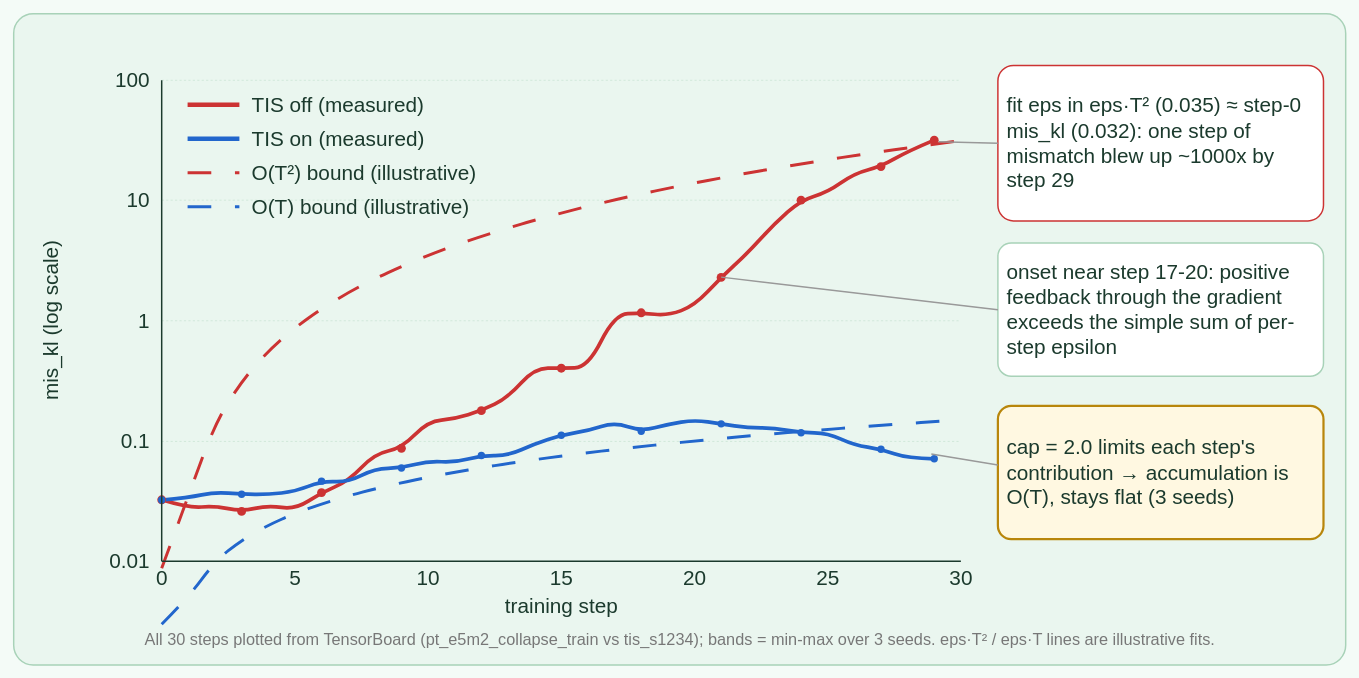
Before: page "tis-measured-t2" (2 of 2) of 2026-07-19-miles-training-inference-mismatch/talk/slides/tis_slides.drawio in littlemex/distributed-ai, a draw.io diagram. Source tidied: cells renumbered, new cells numbered last; positions are measured from the earlier drawing's top-left corner, leaving out a move shared by most shapes. Both pictures are drawn from the tidied source at 74%, with x=0, y=0 at pixel (-61, 13).
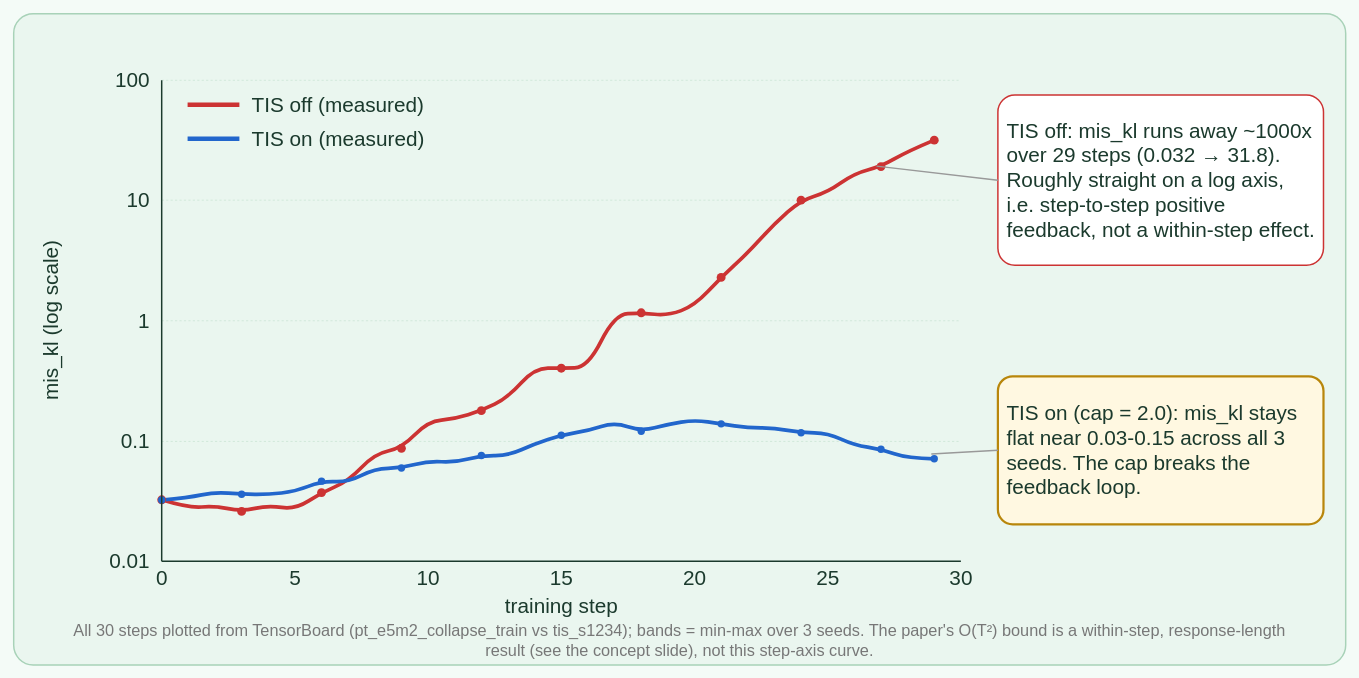
Above is the later version.

Commit message (it also covers changes not shown here):
talk(mismatch): use measured cycle-time on slide5; fix slide14 T^2 misattribution

The edit, as a diff of the source:
```diff
@@
-    <mxCell id="9" style="endArrow=none;strokeColor=#CC3333;strokeWidth=4;dashed=1;dashPattern=8 8;curved=1;rounded=0;" parent="1" edge="1">
-      <mxGeometry relative="1" as="geometry">
-        <mxPoint x="300" y="749.4" as="sourcePoint" />
-        <mxPoint x="1380" y="171.5" as="targetPoint" />
-        <Array as="points">
-          <mxPoint x="336" y="651.6" />
-          <mxPoint x="372" y="553.8" />
-          <mxPoint x="408" y="496.5" />
-          <mxPoint x="444" y="455.9" />
-          <mxPoint x="480" y="424.4" />
-          <mxPoint x="516" y="398.7" />
-          <mxPoint x="552" y="376.9" />
-          <mxPoint x="588" y="358.1" />
-          <mxPoint x="624" y="341.5" />
-          <mxPoint x="660" y="326.6" />
-          <mxPoint x="696" y="313.1" />
-          <mxPoint x="732" y="300.9" />
-          <mxPoint x="768" y="289.6" />
-          <mxPoint x="804" y="279.1" />
-          <mxPoint x="840" y="269.4" />
-          <mxPoint x="876" y="260.2" />
-          <mxPoint x="912" y="251.7" />
-          <mxPoint x="948" y="243.6" />
-          <mxPoint x="984" y="236" />
-          <mxPoint x="1020" y="228.8" />
-          <mxPoint x="1056" y="221.9" />
-          <mxPoint x="1092" y="215.3" />
-          <mxPoint x="1128" y="209" />
-          <mxPoint x="1164" y="203" />
-          <mxPoint x="1200" y="197.3" />
-          <mxPoint x="1236" y="191.7" />
-          <mxPoint x="1272" y="186.4" />
-          <mxPoint x="1308" y="181.3" />
-          <mxPoint x="1344" y="176.3" />
-        </Array>
-      </mxGeometry>
-    </mxCell>
-    <mxCell id="10" style="endArrow=none;strokeColor=#2266CC;strokeWidth=4;dashed=1;dashPattern=8 8;curved=1;rounded=0;" parent="1" edge="1">
-      <mxGeometry relative="1" as="geometry">
-        <mxPoint x="300" y="825" as="sourcePoint" />
-        <mxPoint x="1380" y="548.9" as="targetPoint" />
-        <Array as="points">
-          <mxPoint x="336" y="788.9" />
-          <mxPoint x="372" y="740" />
-          <mxPoint x="408" y="711.4" />
-          <mxPoint x="444" y="691.1" />
-          <mxPoint x="480" y="675.3" />
-          <mxPoint x="516" y="662.5" />
-          <mxPoint x="552" y="651.6" />
-          <mxPoint x="588" y="642.2" />
-          <mxPoint x="624" y="633.9" />
-          <mxPoint x="660" y="626.4" />
-          <mxPoint x="696" y="619.7" />
-          <mxPoint x="732" y="613.6" />
-          <mxPoint x="768" y="607.9" />
-          <mxPoint x="804" y="602.7" />
-          <mxPoint x="840" y="597.8" />
-          <mxPoint x="876" y="593.2" />
-          <mxPoint x="912" y="589" />
-          <mxPoint x="948" y="584.9" />
-          <mxPoint x="984" y="581.1" />
-          <mxPoint x="1020" y="577.5" />
-          <mxPoint x="1056" y="574.1" />
-          <mxPoint x="1092" y="570.8" />
-          <mxPoint x="1128" y="567.6" />
-          <mxPoint x="1164" y="564.6" />
-          <mxPoint x="1200" y="561.8" />
-          <mxPoint x="1236" y="559" />
-          <mxPoint x="1272" y="556.3" />
-          <mxPoint x="1308" y="553.8" />
-          <mxPoint x="1344" y="551.3" />
-        </Array>
-      </mxGeometry>
-    </mxCell>
@@
-    <mxCell id="55" style="line;html=1;strokeWidth=4;strokeColor=#CC3333;dashed=1;dashPattern=8 8;" parent="1" vertex="1">
-      <mxGeometry x="335" y="210" width="70" height="10" as="geometry" />
-    </mxCell>
-    <mxCell id="56" value="O(T²) bound (illustrative)" style="text;html=1;align=left;verticalAlign=middle;fontSize=28;fontColor=#1B3A2D;" parent="1" vertex="1">
-      <mxGeometry x="420" y="196" width="460" height="38" as="geometry" />
-    </mxCell>
-    <mxCell id="57" style="line;html=1;strokeWidth=4;strokeColor=#2266CC;dashed=1;dashPattern=8 8;" parent="1" vertex="1">
-      <mxGeometry x="335" y="256" width="70" height="10" as="geometry" />
-    </mxCell>
-    <mxCell id="58" value="O(T) bound (illustrative)" style="text;html=1;align=left;verticalAlign=middle;fontSize=28;fontColor=#1B3A2D;" parent="1" vertex="1">
-      <mxGeometry x="420" y="242" width="460" height="38" as="geometry" />
-    </mxCell>
-    <mxCell id="59" value="fit eps in eps·T² (0.035) ≈ step-0 mis_kl (0.032): one step of mismatch blew up ~1000x by step 29" style="rounded=1;arcSize=10;whiteSpace=wrap;html=1;fillColor=#FFFFFF;strokeColor=#CC3333;strokeWidth=2;fontSize=28;fontColor=#1B3A2D;align=left;verticalAlign=middle;spacing=12;" parent="1" vertex="1">
-      <mxGeometry x="1430" y="70" width="440" height="210" as="geometry" />
-    </mxCell>
-    <mxCell id="60" style="endArrow=none;strokeColor=#999999;strokeWidth=2;" parent="1" edge="1">
-      <mxGeometry relative="1" as="geometry">
-        <mxPoint x="1430" y="175" as="sourcePoint" />
-        <mxPoint x="1350" y="173" as="targetPoint" />
-      </mxGeometry>
-    </mxCell>
-    <mxCell id="61" value="onset near step 17-20: positive feedback through the gradient exceeds the simple sum of per-step epsilon" style="rounded=1;arcSize=10;whiteSpace=wrap;html=1;fillColor=#FFFFFF;strokeColor=#A8D2B8;strokeWidth=2;fontSize=28;fontColor=#1B3A2D;align=left;verticalAlign=middle;spacing=12;" parent="1" vertex="1">
-      <mxGeometry x="1430" y="310" width="440" height="180" as="geometry" />
+    <mxCell id="61" value="TIS off: mis_kl runs away ~1000x over 29 steps (0.032 → 31.8). Roughly straight on a log axis, i.e. step-to-step positive feedback, not a within-step effect." style="rounded=1;arcSize=10;whiteSpace=wrap;html=1;fillColor=#FFFFFF;strokeColor=#CC3333;strokeWidth=2;fontSize=28;fontColor=#1B3A2D;align=left;verticalAlign=middle;spacing=12;" parent="1" vertex="1">
+      <mxGeometry x="1430" y="110" width="440" height="230" as="geometry" />
     </mxCell>
     <mxCell id="62" style="endArrow=none;strokeColor=#999999;strokeWidth=2;" parent="1" edge="1">
       <mxGeometry relative="1" as="geometry">
-        <mxPoint x="1430" y="400" as="sourcePoint" />
-        <mxPoint x="1056" y="356" as="targetPoint" />
+        <mxPoint x="1430" y="225" as="sourcePoint" />
+        <mxPoint x="1266" y="206" as="targetPoint" />
       </mxGeometry>
     </mxCell>
-    <mxCell id="63" value="cap = 2.0 limits each step's contribution → accumulation is O(T), stays flat (3 seeds)" style="rounded=1;arcSize=10;whiteSpace=wrap;html=1;fillColor=#FFF8E1;strokeColor=#B8860B;strokeWidth=3;fontSize=28;fontColor=#1B3A2D;align=left;verticalAlign=middle;spacing=12;" parent="1" vertex="1">
-      <mxGeometry x="1430" y="530" width="440" height="180" as="geometry" />
+    <mxCell id="63" value="TIS on (cap = 2.0): mis_kl stays flat near 0.03-0.15 across all 3 seeds. The cap breaks the feedback loop." style="rounded=1;arcSize=10;whiteSpace=wrap;html=1;fillColor=#FFF8E1;strokeColor=#B8860B;strokeWidth=3;fontSize=28;fontColor=#1B3A2D;align=left;verticalAlign=middle;spacing=12;" parent="1" vertex="1">
+      <mxGeometry x="1430" y="490" width="440" height="200" as="geometry" />
     </mxCell>
     <mxCell id="64" style="endArrow=none;strokeColor=#999999;strokeWidth=2;" parent="1" edge="1">
       <mxGeometry relative="1" as="geometry">
-        <mxPoint x="1430" y="610" as="sourcePoint" />
+        <mxPoint x="1430" y="590" as="sourcePoint" />
         <mxPoint x="1340" y="595" as="targetPoint" />
       </mxGeometry>
     </mxCell>
-    <mxCell id="65" value="All 30 steps plotted from TensorBoard (pt_e5m2_collapse_train vs tis_s1234); bands = min-max over 3 seeds. eps·T² / eps·T lines are illustrative fits." style="text;html=1;align=center;verticalAlign=middle;fontSize=22;fontColor=#777777;" parent="1" vertex="1">
-      <mxGeometry x="130" y="826" width="1740" height="40" as="geometry" />
+    <mxCell id="65" value="All 30 steps plotted from TensorBoard (pt_e5m2_collapse_train vs tis_s1234); bands = min-max over 3 seeds. The paper's O(T²) bound is a within-step, response-length result (see the concept slide), not this step-axis curve." style="text;html=1;align=center;verticalAlign=middle;fontSize=22;fontColor=#777777;whiteSpace=wrap;" parent="1" vertex="1">
+      <mxGeometry x="160" y="818" width="1680" height="60" as="geometry" />
     </mxCell>
```
